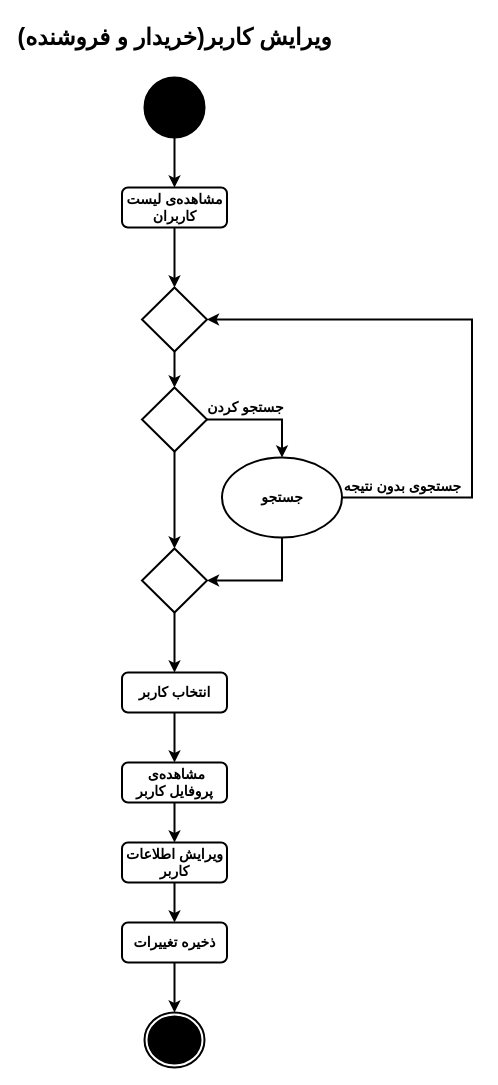
This is page "UserUpdate" (7 of 24) of ActivityDiagram/MiddleWare_CarBaMaActivityDiagram.drawio from MelvinMo/CarBaMa_Automotive-Sale-Application, a draw.io file, before an edit. Source tidied: cells renumbered, new cells numbered last; positions are measured from the earlier drawing's top-left corner, leaving out a move shared by most shapes. Both pictures are drawn from the tidied source at 100%, with x=0, y=0 at pixel (34, 17).
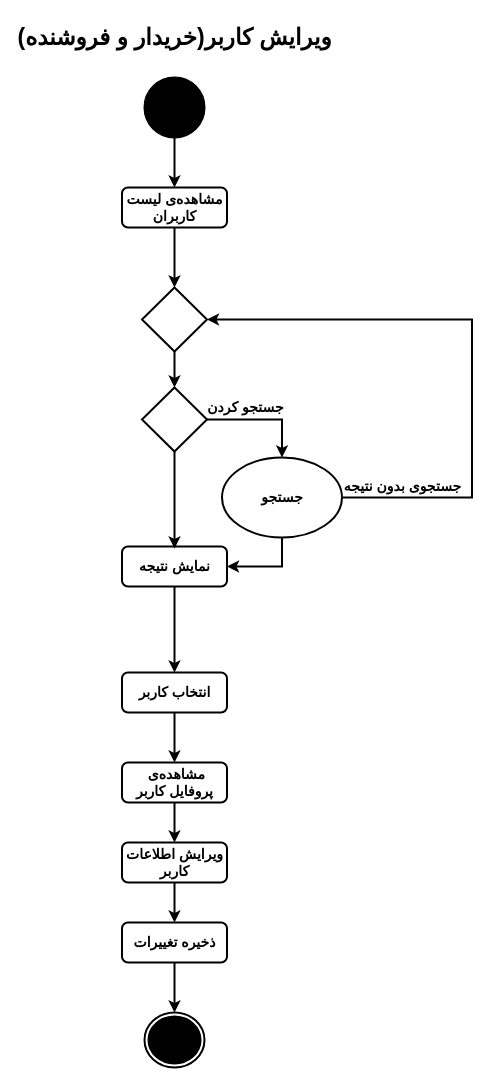
The same diagram, later.

The change refers to these unchanged cells:
```xml
<mxCell id="5" value="&lt;span style=&quot;font-size: 14px&quot;&gt;&lt;b&gt;انتخاب کاربر&lt;/b&gt;&lt;/span&gt;" style="rounded=1;whiteSpace=wrap;html=1;strokeColor=#000000;fillColor=none;strokeWidth=2;" parent="1" vertex="1">
  <mxGeometry x="87.5" y="655" width="105" height="40" as="geometry" />
</mxCell>
<mxCell id="14" style="strokeWidth=2;html=1;shape=mxgraph.flowchart.decision;whiteSpace=wrap;" parent="1" vertex="1">
  <mxGeometry x="107.5" y="370" width="65" height="64" as="geometry" />
</mxCell>
<mxCell id="26" value="&lt;b&gt;&lt;font style=&quot;font-size: 14px&quot;&gt;جستجو&lt;/font&gt;&lt;/b&gt;" style="ellipse;whiteSpace=wrap;html=1;strokeWidth=2;" parent="1" vertex="1">
  <mxGeometry x="187.5" y="440" width="120" height="80" as="geometry" />
</mxCell>
```

Diff of the diagram source:
```diff
@@
-    <mxCell id="13" style="edgeStyle=orthogonalEdgeStyle;rounded=0;jettySize=auto;html=1;startArrow=none;startFill=0;endArrow=classic;endFill=1;strokeColor=#000000;strokeWidth=2;" parent="1" edge="1" source="14" target="16">
-      <mxGeometry relative="1" as="geometry" />
+    <mxCell id="13" style="edgeStyle=orthogonalEdgeStyle;rounded=0;jettySize=auto;html=1;startArrow=none;startFill=0;endArrow=classic;endFill=1;strokeColor=#000000;strokeWidth=2;" parent="1" edge="1" source="14">
+      <mxGeometry relative="1" as="geometry">
+        <mxPoint x="140" y="531" as="targetPoint" />
+      </mxGeometry>
     </mxCell>
@@
-    <mxCell id="15" style="edgeStyle=orthogonalEdgeStyle;rounded=0;jettySize=auto;html=1;startArrow=none;startFill=0;endArrow=classic;endFill=1;strokeColor=#000000;strokeWidth=2;entryX=0.5;entryY=0;entryDx=0;entryDy=0;" parent="1" edge="1" source="16" target="5">
+    <mxCell id="15" style="edgeStyle=orthogonalEdgeStyle;rounded=0;jettySize=auto;html=1;startArrow=none;startFill=0;endArrow=classic;endFill=1;strokeColor=#000000;strokeWidth=2;entryX=0.5;entryY=0;entryDx=0;entryDy=0;exitX=0.5;exitY=1;exitDx=0;exitDy=0;" parent="1" edge="1" source="28" target="5">
       <mxGeometry relative="1" as="geometry" />
     </mxCell>
-    <mxCell id="16" style="strokeWidth=2;html=1;shape=mxgraph.flowchart.decision;whiteSpace=wrap;" parent="1" vertex="1">
-      <mxGeometry x="107.5" y="531" width="65" height="64" as="geometry" />
-    </mxCell>
@@
-    <mxCell id="27" style="edgeStyle=orthogonalEdgeStyle;rounded=0;jettySize=auto;html=1;startArrow=none;startFill=0;endArrow=classic;endFill=1;strokeColor=#000000;strokeWidth=2;exitX=0.5;exitY=1;exitDx=0;exitDy=0;entryX=1;entryY=0.5;entryDx=0;entryDy=0;entryPerimeter=0;" parent="1" edge="1" source="26" target="16">
+    <mxCell id="27" style="edgeStyle=orthogonalEdgeStyle;rounded=0;jettySize=auto;html=1;startArrow=none;startFill=0;endArrow=classic;endFill=1;strokeColor=#000000;strokeWidth=2;exitX=0.5;exitY=1;exitDx=0;exitDy=0;entryX=1;entryY=0.5;entryDx=0;entryDy=0;" parent="1" edge="1" source="26" target="28">
       <mxGeometry relative="1" as="geometry" />
     </mxCell>
+    <mxCell id="28" value="&lt;font style=&quot;font-size: 14px&quot;&gt;&lt;b&gt;نمایش نتیجه&lt;/b&gt;&lt;/font&gt;" style="rounded=1;whiteSpace=wrap;html=1;strokeColor=#000000;fillColor=none;strokeWidth=2;" parent="1" vertex="1">
+      <mxGeometry x="87.5" y="529" width="105" height="40" as="geometry" />
+    </mxCell>
```
